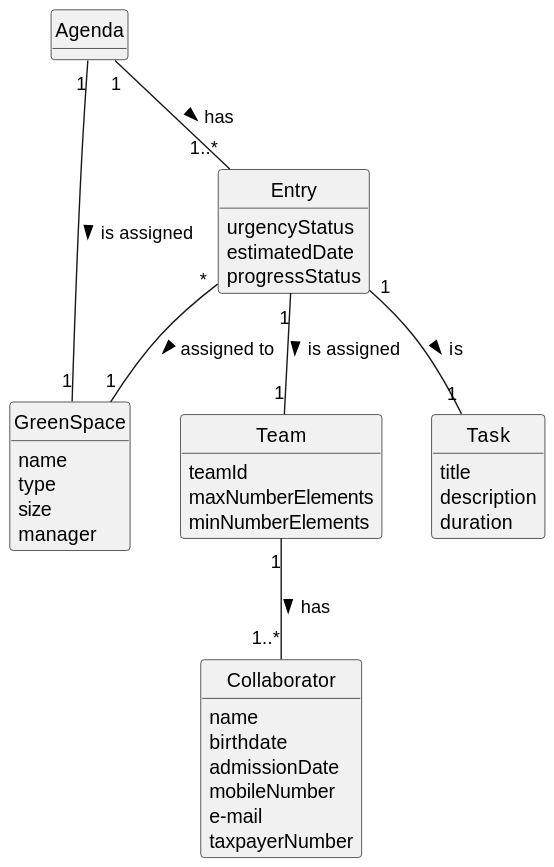
Earlier version of the PlantUML export docs/sprintC/us024/02.analysis/svg/us024-domain-model.svg (ricardomm7/leaflink).
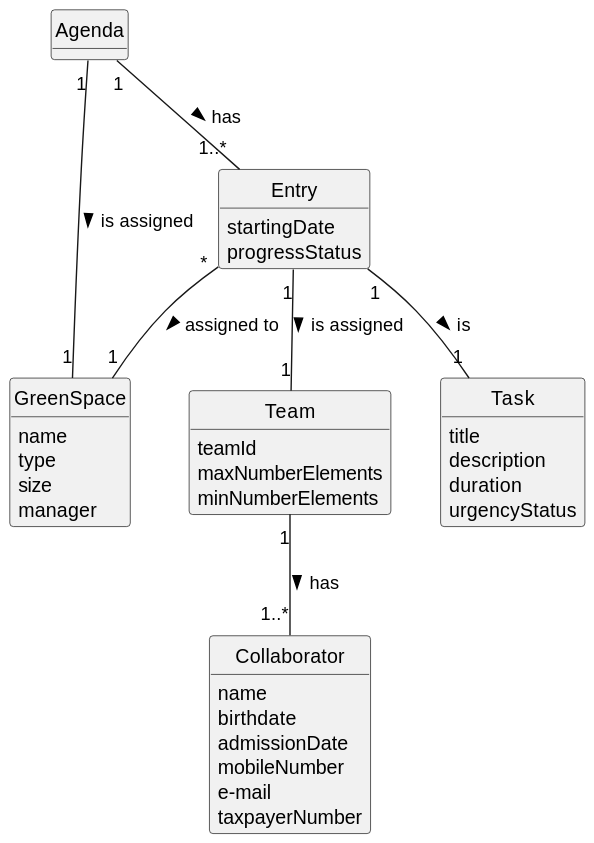
The same diagram one commit later.

Diff of the diagram source:
```diff
@@ -34,8 +34,7 @@
 }
 
 class Entry {
-    urgencyStatus
-    estimatedDate
+    startingDate
     progressStatus
 
 }
@@ -45,6 +44,8 @@
     title
     description
     duration
+    urgencyStatus
+
 
 }
 
```
